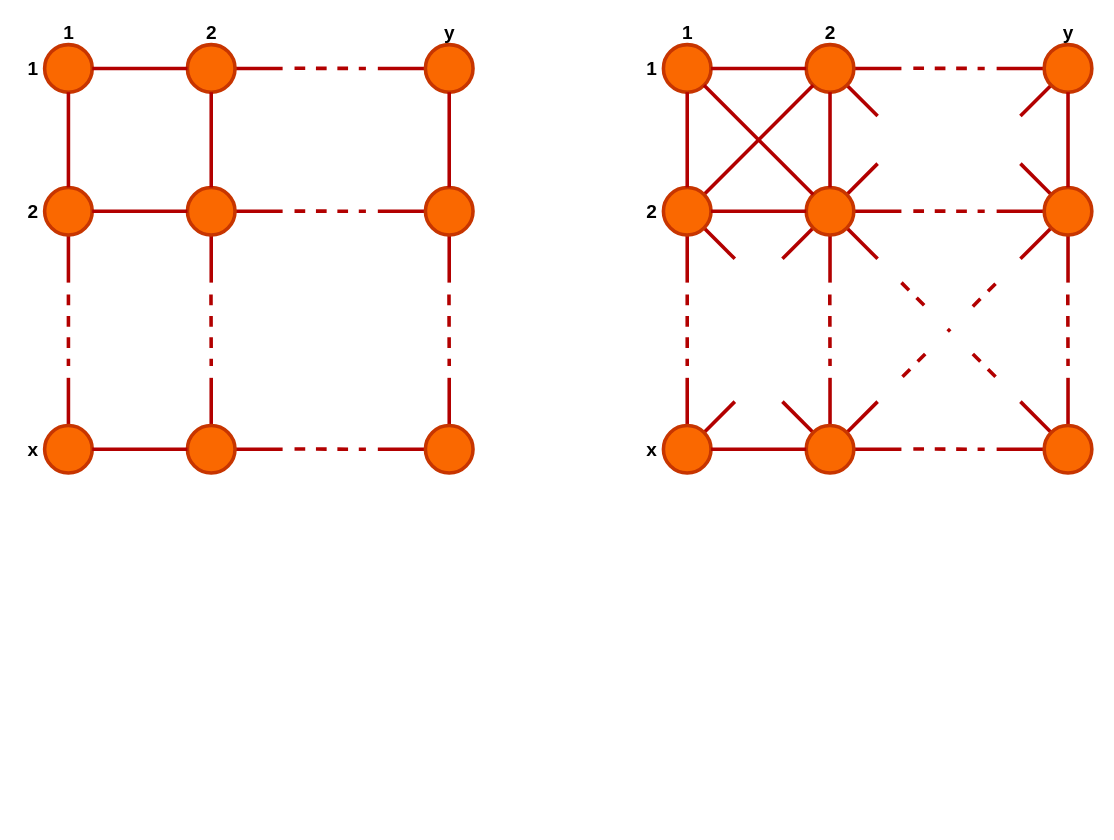
This is mesh-structures.drawio from deepaknadig/draw.io, a draw.io file, before an edit. Source tidied: cells renumbered, new cells numbered last; positions are measured from the earlier drawing's top-left corner, leaving out a move shared by most shapes. Both pictures are drawn from the tidied source at 119%, with x=0, y=0 at pixel (20, 20).
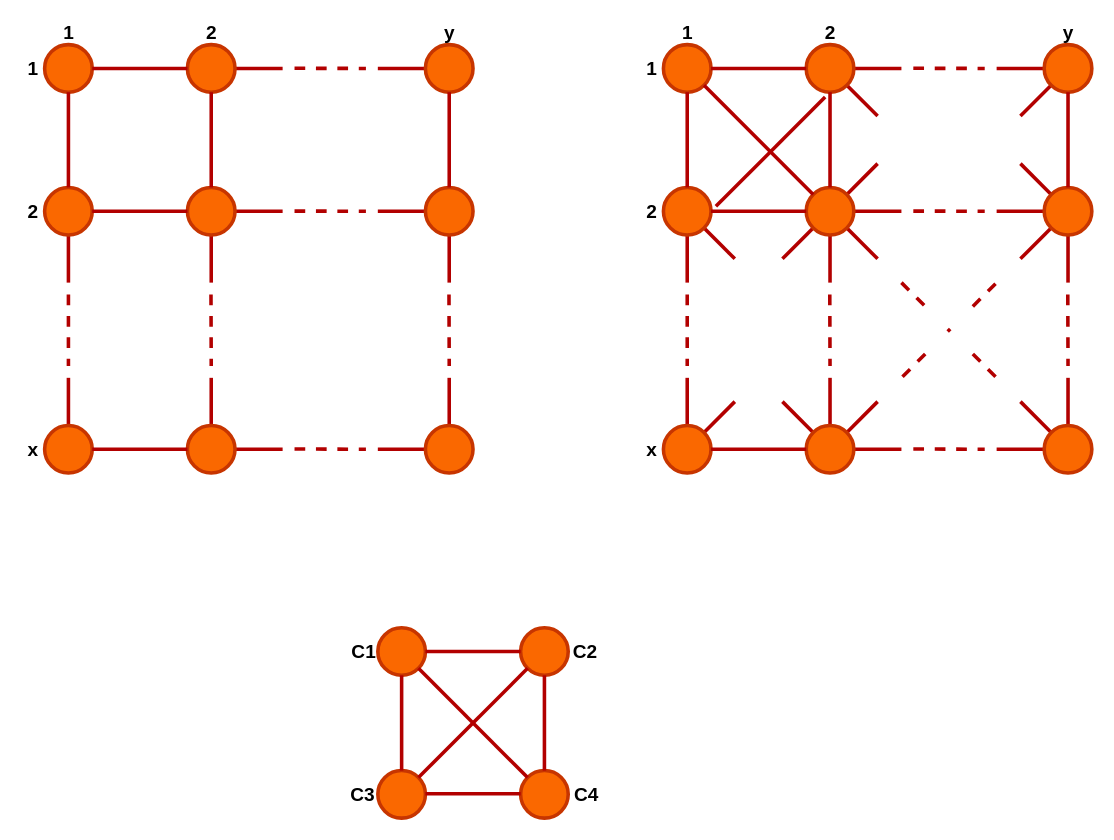
Above is the later version.

Unchanged cells that the change refers to:
```xml
<mxCell id="42" style="group;" parent="1" vertex="1">
  <mxGeometry x="520" width="380" height="380" as="geometry" />
</mxCell>
<mxCell id="46" style="ellipse;whiteSpace=wrap;html=1;fillColor=#fa6800;strokeColor=#C73500;fontColor=#ffffff;strokeWidth=3;" parent="42" vertex="1">
  <mxGeometry x="140" y="20" width="40" height="40" as="geometry" />
</mxCell>
<mxCell id="54" style="ellipse;whiteSpace=wrap;html=1;fillColor=#fa6800;strokeColor=#C73500;fontColor=#ffffff;strokeWidth=3;" parent="42" vertex="1">
  <mxGeometry x="20" y="140" width="40" height="40" as="geometry" />
</mxCell>
```

Diff of the diagram source:
```diff
@@
-    <mxCell id="52" style="edgeStyle=none;rounded=0;jettySize=auto;html=1;exitX=1;exitY=0;exitDx=0;exitDy=0;entryX=0;entryY=1;entryDx=0;entryDy=0;endArrow=none;endFill=0;strokeWidth=3;fontSize=16;fillColor=#e51400;strokeColor=#B20000;" parent="42" edge="1" source="54" target="46">
-      <mxGeometry relative="1" as="geometry" />
-    </mxCell>
@@
+    <mxCell id="101" style="ellipse;whiteSpace=wrap;html=1;fillColor=#fa6800;strokeColor=#C73500;fontColor=#ffffff;strokeWidth=3;" parent="1" vertex="1">
+      <mxGeometry x="300" y="510" width="40" height="40" as="geometry" />
+    </mxCell>
+    <mxCell id="102" style="ellipse;whiteSpace=wrap;html=1;fillColor=#fa6800;strokeColor=#C73500;fontColor=#ffffff;strokeWidth=3;" parent="1" vertex="1">
+      <mxGeometry x="420" y="510" width="40" height="40" as="geometry" />
+    </mxCell>
+    <mxCell id="103" style="edgeStyle=orthogonalEdgeStyle;rounded=0;jettySize=auto;html=1;exitX=1;exitY=0.5;exitDx=0;exitDy=0;entryX=0;entryY=0.5;entryDx=0;entryDy=0;fillColor=#e51400;strokeColor=#B20000;endArrow=none;endFill=0;strokeWidth=3;" parent="1" edge="1" source="101" target="102">
+      <mxGeometry relative="1" as="geometry" />
+    </mxCell>
+    <mxCell id="104" style="ellipse;whiteSpace=wrap;html=1;fillColor=#fa6800;strokeColor=#C73500;fontColor=#ffffff;strokeWidth=3;" parent="1" vertex="1">
+      <mxGeometry x="300" y="630" width="40" height="40" as="geometry" />
+    </mxCell>
+    <mxCell id="105" style="edgeStyle=orthogonalEdgeStyle;rounded=0;jettySize=auto;html=1;exitX=0.5;exitY=1;exitDx=0;exitDy=0;entryX=0.5;entryY=0;entryDx=0;entryDy=0;endArrow=none;endFill=0;strokeWidth=3;fillColor=#e51400;strokeColor=#B20000;" parent="1" edge="1" source="101" target="104">
+      <mxGeometry relative="1" as="geometry" />
+    </mxCell>
+    <mxCell id="106" style="ellipse;whiteSpace=wrap;html=1;fillColor=#fa6800;strokeColor=#C73500;fontColor=#ffffff;strokeWidth=3;" parent="1" vertex="1">
+      <mxGeometry x="420" y="630" width="40" height="40" as="geometry" />
+    </mxCell>
+    <mxCell id="107" style="edgeStyle=orthogonalEdgeStyle;rounded=0;jettySize=auto;html=1;exitX=0.5;exitY=1;exitDx=0;exitDy=0;entryX=0.5;entryY=0;entryDx=0;entryDy=0;endArrow=none;endFill=0;strokeWidth=3;fillColor=#e51400;strokeColor=#B20000;" parent="1" edge="1" source="102" target="106">
+      <mxGeometry relative="1" as="geometry" />
+    </mxCell>
+    <mxCell id="108" value="&lt;b&gt;C&lt;span style=&quot;font-size: 16px&quot;&gt;1&lt;/span&gt;&lt;/b&gt;" style="text;html=1;align=center;verticalAlign=middle;fontSize=16;" parent="1" vertex="1">
+      <mxGeometry x="268" y="520" width="40" height="20" as="geometry" />
+    </mxCell>
+    <mxCell id="109" value="&lt;b&gt;C3&lt;/b&gt;" style="text;html=1;align=center;verticalAlign=middle;fontSize=16;" parent="1" vertex="1">
+      <mxGeometry x="267" y="640" width="40" height="20" as="geometry" />
+    </mxCell>
+    <mxCell id="110" value="&lt;b style=&quot;font-size: 16px&quot;&gt;C2&lt;/b&gt;" style="text;html=1;align=center;verticalAlign=middle;fontSize=16;" parent="1" vertex="1">
+      <mxGeometry x="454" y="520" width="40" height="20" as="geometry" />
+    </mxCell>
+    <mxCell id="111" style="edgeStyle=orthogonalEdgeStyle;rounded=0;orthogonalLoop=1;jettySize=auto;html=1;exitX=1;exitY=0.5;exitDx=0;exitDy=0;entryX=0;entryY=0.5;entryDx=0;entryDy=0;endArrow=none;endFill=0;strokeWidth=3;fillColor=#e51400;strokeColor=#B20000;" parent="1" edge="1">
+      <mxGeometry relative="1" as="geometry">
+        <mxPoint x="340" y="649.5" as="sourcePoint" />
+        <mxPoint x="420" y="649.5" as="targetPoint" />
+      </mxGeometry>
+    </mxCell>
+    <mxCell id="112" value="&lt;b&gt;C4&lt;/b&gt;" style="text;html=1;align=center;verticalAlign=middle;fontSize=16;" parent="1" vertex="1">
+      <mxGeometry x="455" y="640" width="40" height="20" as="geometry" />
+    </mxCell>
+    <mxCell id="113" style="rounded=0;jettySize=auto;html=1;exitX=1;exitY=1;exitDx=0;exitDy=0;entryX=0;entryY=0;entryDx=0;entryDy=0;endArrow=none;endFill=0;strokeWidth=3;fontSize=16;fillColor=#e51400;strokeColor=#B20000;" parent="1" edge="1" source="101" target="106">
+      <mxGeometry relative="1" as="geometry" />
+    </mxCell>
+    <mxCell id="114" style="edgeStyle=none;rounded=0;orthogonalLoop=1;jettySize=auto;html=1;exitX=1;exitY=0;exitDx=0;exitDy=0;entryX=0;entryY=1;entryDx=0;entryDy=0;endArrow=none;endFill=0;strokeWidth=3;fontSize=16;fillColor=#e51400;strokeColor=#B20000;" parent="1" edge="1">
+      <mxGeometry relative="1" as="geometry">
+        <mxPoint x="584.1" y="155.9" as="sourcePoint" />
+        <mxPoint x="675.9" y="64.1" as="targetPoint" />
+      </mxGeometry>
+    </mxCell>
+    <mxCell id="52" style="edgeStyle=none;rounded=0;jettySize=auto;html=1;exitX=1;exitY=0;exitDx=0;exitDy=0;entryX=0;entryY=1;entryDx=0;entryDy=0;endArrow=none;endFill=0;strokeWidth=3;fontSize=16;fillColor=#e51400;strokeColor=#B20000;" parent="1" edge="1" source="104" target="102">
+      <mxGeometry relative="1" as="geometry" />
+    </mxCell>
```
